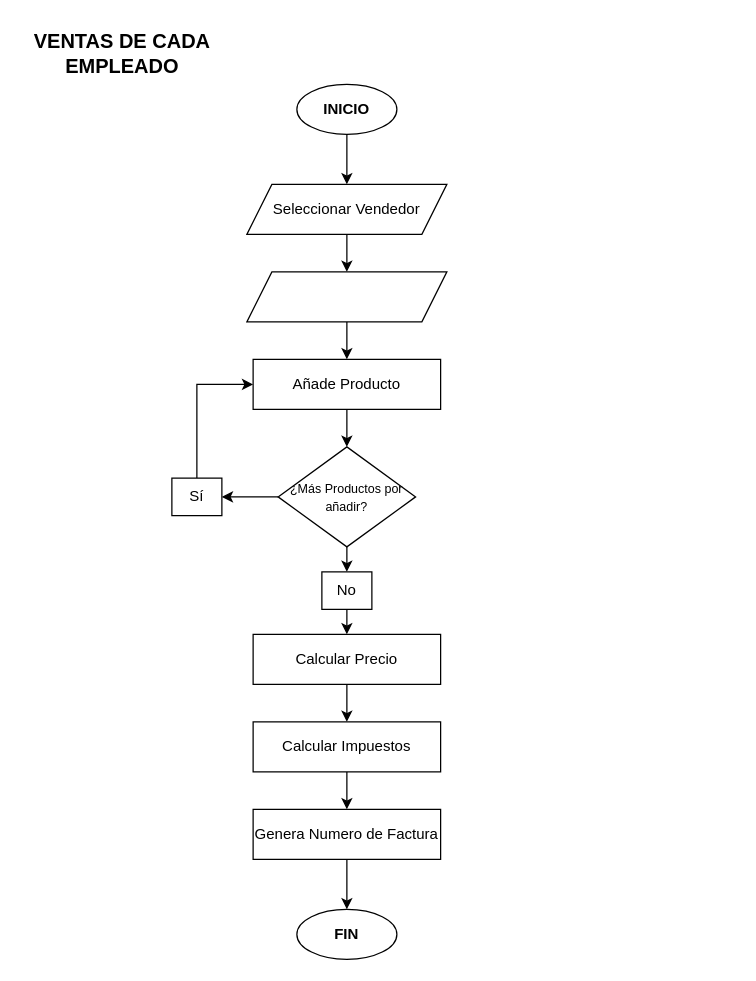
Above: VentasEmpleado.drawio in vitoriadelanachaves/diagramas_de_flujo (draw.io), before the change. Source tidied: cells renumbered, new cells numbered last; positions are measured from the earlier drawing's top-left corner, leaving out a move shared by most shapes. Both pictures are drawn from the tidied source at 125%, with x=0, y=0 at pixel (21, 21).
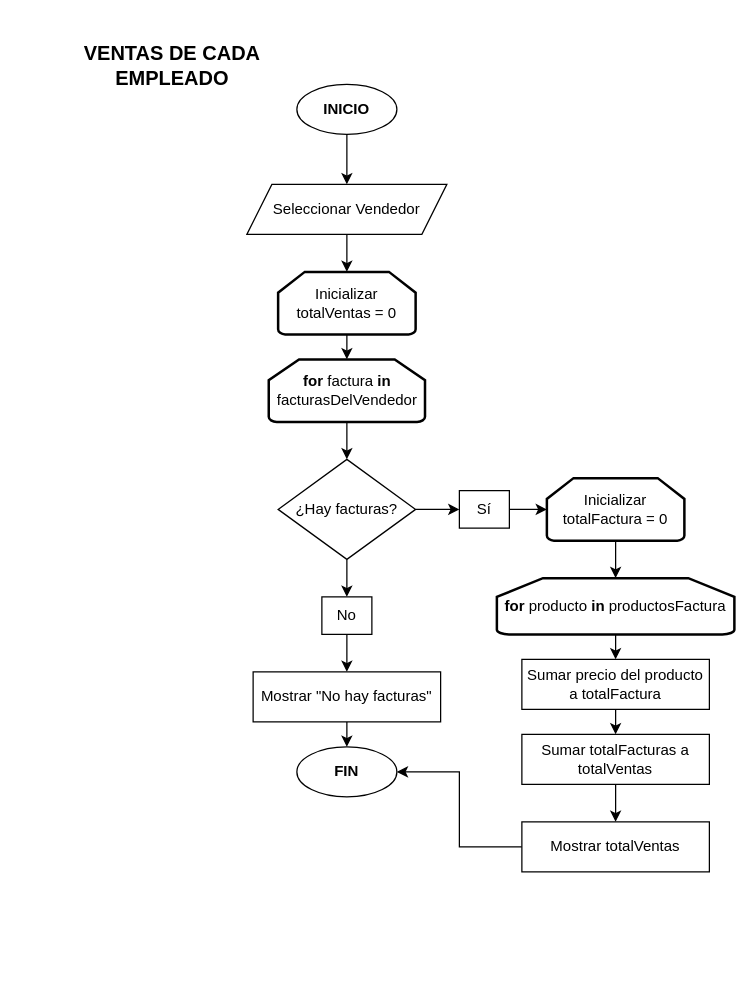
The same page after the edit.

The change refers to these unchanged cells:
```xml
<mxCell id="13" value="Seleccionar Vendedor" style="shape=parallelogram;perimeter=parallelogramPerimeter;whiteSpace=wrap;html=1;fixedSize=1;" parent="1" vertex="1">
  <mxGeometry x="180" y="130" width="160" height="40" as="geometry" />
</mxCell>
```

The edit, as a diff of the source:
```diff
@@
-    <mxCell id="2" style="edgeStyle=orthogonalEdgeStyle;rounded=0;jettySize=auto;html=1;exitX=0.5;exitY=0;exitDx=0;exitDy=0;entryX=0;entryY=0.5;entryDx=0;entryDy=0;" parent="1" edge="1" source="3" target="7">
-      <mxGeometry relative="1" as="geometry" />
-    </mxCell>
     <mxCell id="3" value="Sí" style="rounded=0;whiteSpace=wrap;html=1;" parent="1" vertex="1">
-      <mxGeometry x="120" y="365" width="40" height="30" as="geometry" />
+      <mxGeometry x="350" y="375" width="40" height="30" as="geometry" />
     </mxCell>
@@
-    <mxCell id="5" value="Calcular Precio" style="rounded=0;whiteSpace=wrap;html=1;" parent="1" vertex="1">
-      <mxGeometry x="185" y="490" width="150" height="40" as="geometry" />
+    <mxCell id="5" value="Sumar precio del producto a totalFactura" style="rounded=0;whiteSpace=wrap;html=1;" parent="1" vertex="1">
+      <mxGeometry x="400" y="510" width="150" height="40" as="geometry" />
     </mxCell>
-    <mxCell id="6" style="edgeStyle=orthogonalEdgeStyle;rounded=0;jettySize=auto;html=1;exitX=0.5;exitY=1;exitDx=0;exitDy=0;entryX=0.5;entryY=0;entryDx=0;entryDy=0;" parent="1" edge="1" source="7" target="20">
-      <mxGeometry relative="1" as="geometry" />
-    </mxCell>
-    <mxCell id="7" value="Añade Producto" style="rounded=0;whiteSpace=wrap;html=1;" parent="1" vertex="1">
-      <mxGeometry x="185" y="270" width="150" height="40" as="geometry" />
-    </mxCell>
@@
-    <mxCell id="9" value="Calcular Impuestos" style="rounded=0;whiteSpace=wrap;html=1;" parent="1" vertex="1">
-      <mxGeometry x="185" y="560" width="150" height="40" as="geometry" />
+    <mxCell id="9" value="Sumar totalFacturas a totalVentas" style="rounded=0;whiteSpace=wrap;html=1;" parent="1" vertex="1">
+      <mxGeometry x="400" y="570" width="150" height="40" as="geometry" />
     </mxCell>
-    <mxCell id="10" style="edgeStyle=orthogonalEdgeStyle;rounded=0;jettySize=auto;html=1;exitX=0.5;exitY=1;exitDx=0;exitDy=0;entryX=0.5;entryY=0;entryDx=0;entryDy=0;" parent="1" edge="1" source="11" target="7">
-      <mxGeometry relative="1" as="geometry" />
-    </mxCell>
-    <mxCell id="11" style="shape=parallelogram;perimeter=parallelogramPerimeter;whiteSpace=wrap;html=1;fixedSize=1;" parent="1" vertex="1">
-      <mxGeometry x="180" y="200" width="160" height="40" as="geometry" />
-    </mxCell>
-    <mxCell id="12" style="edgeStyle=orthogonalEdgeStyle;rounded=0;jettySize=auto;html=1;exitX=0.5;exitY=1;exitDx=0;exitDy=0;entryX=0.5;entryY=0;entryDx=0;entryDy=0;" parent="1" edge="1" source="13" target="11">
+    <mxCell id="12" style="edgeStyle=orthogonalEdgeStyle;rounded=0;jettySize=auto;html=1;exitX=0.5;exitY=1;exitDx=0;exitDy=0;entryX=0.5;entryY=0;entryDx=0;entryDy=0;entryPerimeter=0;" parent="1" edge="1" source="13" target="26">
       <mxGeometry relative="1" as="geometry" />
     </mxCell>
@@
     <mxCell id="14" value="&lt;span style=&quot;font-size: 16px;&quot;&gt;&lt;b&gt;VENTAS DE CADA&lt;/b&gt;&lt;/span&gt;&lt;div&gt;&lt;span style=&quot;font-size: 16px;&quot;&gt;&lt;b&gt;EMPLEADO&lt;/b&gt;&lt;/span&gt;&lt;/div&gt;" style="text;html=1;align=center;verticalAlign=middle;strokeColor=none;fillColor=none;" parent="1" vertex="1">
-      <mxGeometry width="160" height="50" as="geometry" />
+      <mxGeometry x="40" y="10" width="160" height="50" as="geometry" />
     </mxCell>
@@
     <mxCell id="17" value="&lt;b&gt;FIN&lt;/b&gt;" style="ellipse;whiteSpace=wrap;html=1;" parent="1" vertex="1">
-      <mxGeometry x="220" y="710" width="80" height="40" as="geometry" />
+      <mxGeometry x="220" y="580" width="80" height="40" as="geometry" />
     </mxCell>
-    <mxCell id="18" style="edgeStyle=orthogonalEdgeStyle;rounded=0;jettySize=auto;html=1;exitX=0;exitY=0.5;exitDx=0;exitDy=0;" parent="1" edge="1" source="20" target="3">
-      <mxGeometry relative="1" as="geometry" />
-    </mxCell>
-    <mxCell id="19" style="edgeStyle=orthogonalEdgeStyle;rounded=0;jettySize=auto;html=1;exitX=0.5;exitY=1;exitDx=0;exitDy=0;entryX=0.5;entryY=0;entryDx=0;entryDy=0;" parent="1" edge="1" source="20" target="22">
-      <mxGeometry relative="1" as="geometry" />
-    </mxCell>
-    <mxCell id="20" value="&lt;font style=&quot;font-size: 10px;&quot;&gt;¿Más Productos por añadir?&lt;/font&gt;" style="rhombus;whiteSpace=wrap;html=1;" parent="1" vertex="1">
-      <mxGeometry x="205" y="340" width="110" height="80" as="geometry" />
-    </mxCell>
-    <mxCell id="21" style="edgeStyle=orthogonalEdgeStyle;rounded=0;jettySize=auto;html=1;exitX=0.5;exitY=1;exitDx=0;exitDy=0;entryX=0.5;entryY=0;entryDx=0;entryDy=0;" parent="1" edge="1" source="22" target="5">
-      <mxGeometry relative="1" as="geometry" />
-    </mxCell>
+    <mxCell id="25" style="edgeStyle=orthogonalEdgeStyle;rounded=0;jettySize=auto;html=1;exitX=0.5;exitY=1;exitDx=0;exitDy=0;entryX=0.5;entryY=0;entryDx=0;entryDy=0;" parent="1" edge="1" source="22" target="37">
+      <mxGeometry relative="1" as="geometry" />
+    </mxCell>
     <mxCell id="22" value="No" style="rounded=0;whiteSpace=wrap;html=1;" parent="1" vertex="1">
-      <mxGeometry x="240" y="440" width="40" height="30" as="geometry" />
+      <mxGeometry x="240" y="460" width="40" height="30" as="geometry" />
     </mxCell>
-    <mxCell id="23" style="edgeStyle=orthogonalEdgeStyle;rounded=0;jettySize=auto;html=1;exitX=0.5;exitY=1;exitDx=0;exitDy=0;entryX=0.5;entryY=0;entryDx=0;entryDy=0;" parent="1" edge="1" source="24" target="17">
+    <mxCell id="23" style="edgeStyle=orthogonalEdgeStyle;rounded=0;jettySize=auto;html=1;exitX=0;exitY=0.5;exitDx=0;exitDy=0;entryX=1;entryY=0.5;entryDx=0;entryDy=0;" parent="1" edge="1" source="24" target="17">
       <mxGeometry relative="1" as="geometry" />
     </mxCell>
-    <mxCell id="24" value="Genera Numero de Factura" style="rounded=0;whiteSpace=wrap;html=1;" parent="1" vertex="1">
-      <mxGeometry x="185" y="630" width="150" height="40" as="geometry" />
+    <mxCell id="24" value="Mostrar totalVentas" style="rounded=0;whiteSpace=wrap;html=1;" parent="1" vertex="1">
+      <mxGeometry x="400" y="640" width="150" height="40" as="geometry" />
     </mxCell>
+    <mxCell id="26" value="Inicializar totalVentas = 0" style="strokeWidth=2;html=1;shape=mxgraph.flowchart.loop_limit;whiteSpace=wrap;" parent="1" vertex="1">
+      <mxGeometry x="205" y="200" width="110" height="50" as="geometry" />
+    </mxCell>
+    <mxCell id="27" style="edgeStyle=orthogonalEdgeStyle;rounded=0;jettySize=auto;html=1;exitX=0.5;exitY=1;exitDx=0;exitDy=0;exitPerimeter=0;entryX=0.5;entryY=0;entryDx=0;entryDy=0;" parent="1" edge="1" source="28" target="32">
+      <mxGeometry relative="1" as="geometry" />
+    </mxCell>
+    <mxCell id="28" value="&lt;b&gt;for &lt;/b&gt;factura &lt;b&gt;in&lt;/b&gt; facturasDelVendedor" style="strokeWidth=2;html=1;shape=mxgraph.flowchart.loop_limit;whiteSpace=wrap;" parent="1" vertex="1">
+      <mxGeometry x="197.5" y="270" width="125" height="50" as="geometry" />
+    </mxCell>
+    <mxCell id="29" style="edgeStyle=orthogonalEdgeStyle;rounded=0;jettySize=auto;html=1;exitX=0.5;exitY=1;exitDx=0;exitDy=0;exitPerimeter=0;entryX=0.5;entryY=0;entryDx=0;entryDy=0;entryPerimeter=0;" parent="1" edge="1" source="26" target="28">
+      <mxGeometry relative="1" as="geometry" />
+    </mxCell>
+    <mxCell id="30" style="edgeStyle=orthogonalEdgeStyle;rounded=0;jettySize=auto;html=1;exitX=1;exitY=0.5;exitDx=0;exitDy=0;entryX=0;entryY=0.5;entryDx=0;entryDy=0;" parent="1" edge="1" source="32" target="3">
+      <mxGeometry relative="1" as="geometry" />
+    </mxCell>
+    <mxCell id="31" style="edgeStyle=orthogonalEdgeStyle;rounded=0;jettySize=auto;html=1;exitX=0.5;exitY=1;exitDx=0;exitDy=0;entryX=0.5;entryY=0;entryDx=0;entryDy=0;" parent="1" edge="1" source="32">
+      <mxGeometry relative="1" as="geometry">
+        <mxPoint x="260" y="460" as="targetPoint" />
+      </mxGeometry>
+    </mxCell>
+    <mxCell id="32" value="&lt;font style=&quot;font-size: 12px;&quot;&gt;¿Hay facturas?&lt;/font&gt;" style="rhombus;whiteSpace=wrap;html=1;" parent="1" vertex="1">
+      <mxGeometry x="205" y="350" width="110" height="80" as="geometry" />
+    </mxCell>
+    <mxCell id="33" style="edgeStyle=orthogonalEdgeStyle;rounded=0;jettySize=auto;html=1;exitX=0.5;exitY=1;exitDx=0;exitDy=0;exitPerimeter=0;" parent="1" edge="1" source="34">
+      <mxGeometry relative="1" as="geometry">
+        <mxPoint x="475" y="415" as="targetPoint" />
+      </mxGeometry>
+    </mxCell>
+    <mxCell id="34" value="Inicializar totalFactura = 0" style="strokeWidth=2;html=1;shape=mxgraph.flowchart.loop_limit;whiteSpace=wrap;" parent="1" vertex="1">
+      <mxGeometry x="420" y="365" width="110" height="50" as="geometry" />
+    </mxCell>
+    <mxCell id="35" style="edgeStyle=orthogonalEdgeStyle;rounded=0;jettySize=auto;html=1;exitX=1;exitY=0.5;exitDx=0;exitDy=0;entryX=0;entryY=0.5;entryDx=0;entryDy=0;entryPerimeter=0;" parent="1" edge="1" source="3" target="34">
+      <mxGeometry relative="1" as="geometry" />
+    </mxCell>
+    <mxCell id="36" style="edgeStyle=orthogonalEdgeStyle;rounded=0;jettySize=auto;html=1;exitX=0.5;exitY=1;exitDx=0;exitDy=0;entryX=0.5;entryY=0;entryDx=0;entryDy=0;" parent="1" edge="1" source="37" target="17">
+      <mxGeometry relative="1" as="geometry" />
+    </mxCell>
+    <mxCell id="37" value="Mostrar &quot;No hay facturas&quot;" style="rounded=0;whiteSpace=wrap;html=1;" parent="1" vertex="1">
+      <mxGeometry x="185" y="520" width="150" height="40" as="geometry" />
+    </mxCell>
+    <mxCell id="38" style="edgeStyle=orthogonalEdgeStyle;rounded=0;jettySize=auto;html=1;exitX=0.5;exitY=1;exitDx=0;exitDy=0;exitPerimeter=0;entryX=0.5;entryY=0;entryDx=0;entryDy=0;" parent="1" edge="1" source="39" target="5">
+      <mxGeometry relative="1" as="geometry" />
+    </mxCell>
+    <mxCell id="39" value="&lt;b&gt;for&amp;nbsp;&lt;/b&gt;producto&amp;nbsp;&lt;b&gt;in&lt;/b&gt;&amp;nbsp;productosFactura" style="strokeWidth=2;html=1;shape=mxgraph.flowchart.loop_limit;whiteSpace=wrap;" parent="1" vertex="1">
+      <mxGeometry x="380" y="445" width="190" height="45" as="geometry" />
+    </mxCell>
+    <mxCell id="40" style="edgeStyle=orthogonalEdgeStyle;rounded=0;jettySize=auto;html=1;exitX=0.5;exitY=1;exitDx=0;exitDy=0;exitPerimeter=0;entryX=0.5;entryY=0;entryDx=0;entryDy=0;entryPerimeter=0;" parent="1" edge="1" source="34" target="39">
+      <mxGeometry relative="1" as="geometry" />
+    </mxCell>
```
